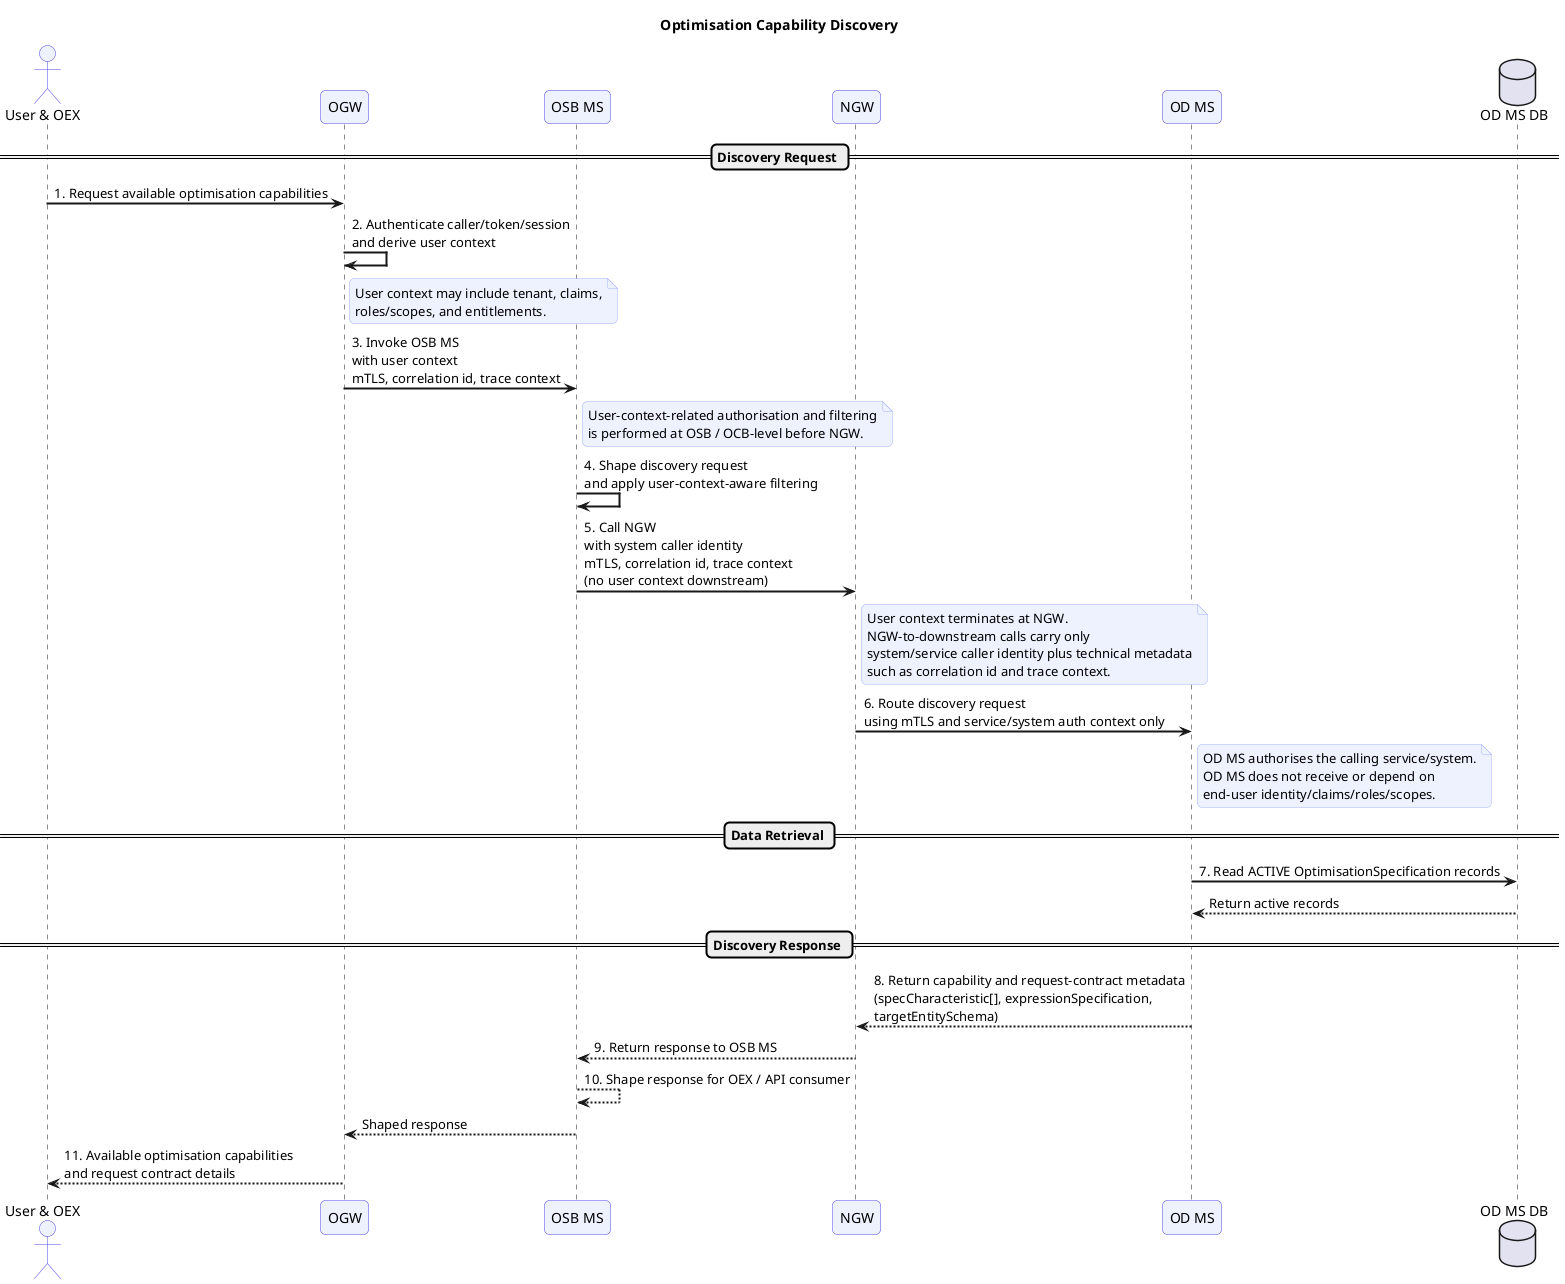
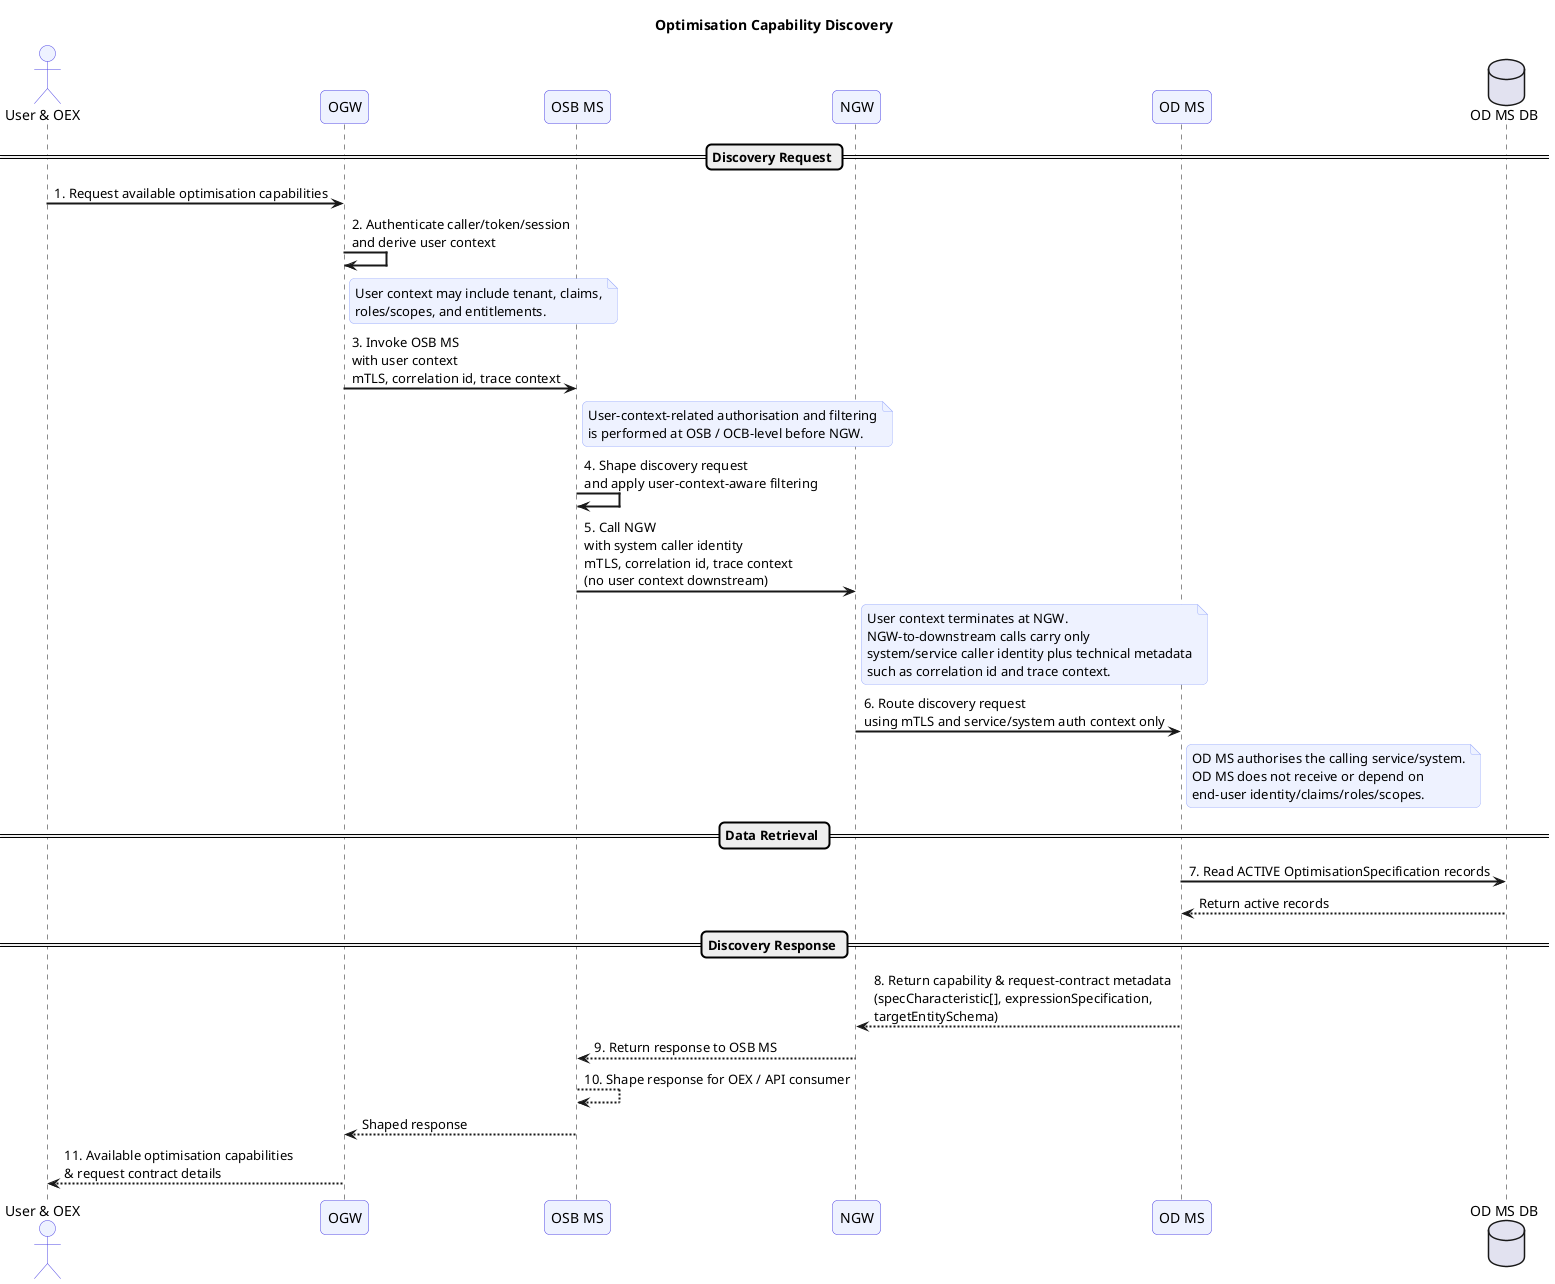
@startuml
title Optimisation Capability Discovery

skinparam sequenceArrowThickness 2
skinparam roundcorner 10
skinparam sequenceParticipantBackgroundColor #EEF2FF
skinparam sequenceParticipantBorderColor #4F46E5
skinparam sequenceActorBackgroundColor #EEF2FF
skinparam sequenceActorBorderColor #4F46E5
skinparam noteBorderColor #A5B4FC
skinparam noteBackgroundColor #EEF2FF

actor "User & OEX " as Caller
participant "OGW" as OGW
participant "OSB MS" as OSB
participant "NGW" as NGW
participant "OD MS" as ODMS
database "OD MS DB" as ODDB

== Discovery Request ==

Caller -> OGW : 1. Request available optimisation capabilities
- 
OGW -> OGW : 2. Authenticate caller/token/session\nand derive user context
note right of OGW
User context may include tenant, claims,
roles/scopes, and entitlements.
end note

OGW -> OSB : 3. Invoke OSB MS\nwith user context\nmTLS, correlation id, trace context
note right of OSB
User-context-related authorisation and filtering
is performed at OSB / OCB-level before NGW.
end note

OSB -> OSB : 4. Shape discovery request\nand apply user-context-aware filtering
- 
OSB -> NGW : 5. Call NGW\nwith system caller identity\nmTLS, correlation id, trace context\n(no user context downstream)
note right of NGW
User context terminates at NGW.
NGW-to-downstream calls carry only
system/service caller identity plus technical metadata
such as correlation id and trace context.
end note

NGW -> ODMS : 6. Route discovery request\nusing mTLS and service/system auth context only
note right of ODMS
OD MS authorises the calling service/system.
OD MS does not receive or depend on
end-user identity/claims/roles/scopes.
end note

== Data Retrieval ==

ODMS -> ODDB : 7. Read ACTIVE OptimisationSpecification records
ODDB --> ODMS : Return active records

== Discovery Response ==

- ODMS --> NGW : 8. Return capability and request-contract metadata\n(specCharacteristic[], expressionSpecification,\ntargetEntitySchema)
+ ODMS --> NGW : 8. Return capability & request-contract metadata\n(specCharacteristic[], expressionSpecification,\ntargetEntitySchema)
NGW --> OSB : 9. Return response to OSB MS
OSB --> OSB : 10. Shape response for OEX / API consumer
OSB --> OGW : Shaped response
- OGW --> Caller : 11. Available optimisation capabilities\nand request contract details
+ OGW --> Caller : 11. Available optimisation capabilities\n& request contract details

@enduml
